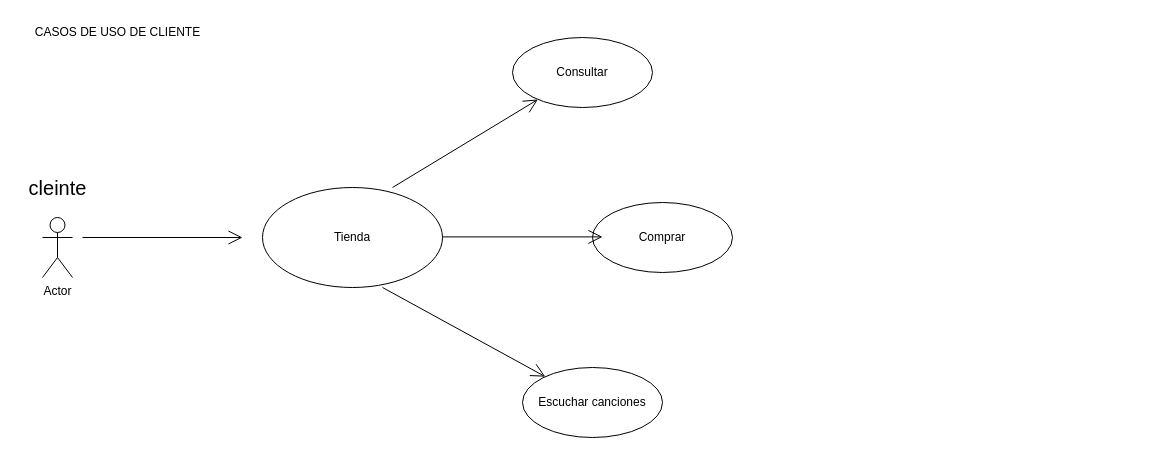
Earlier version of the draw.io diagram Documentacion/Caso de uso Cliente.drawio (laura4castelo/ProyectoFinCursoGabriela). Source tidied: cells renumbered, new cells numbered last; positions are measured from the earlier drawing's top-left corner, leaving out a move shared by most shapes. Both pictures are drawn from the tidied source at 100%, with x=0, y=0 at pixel (17, 17).
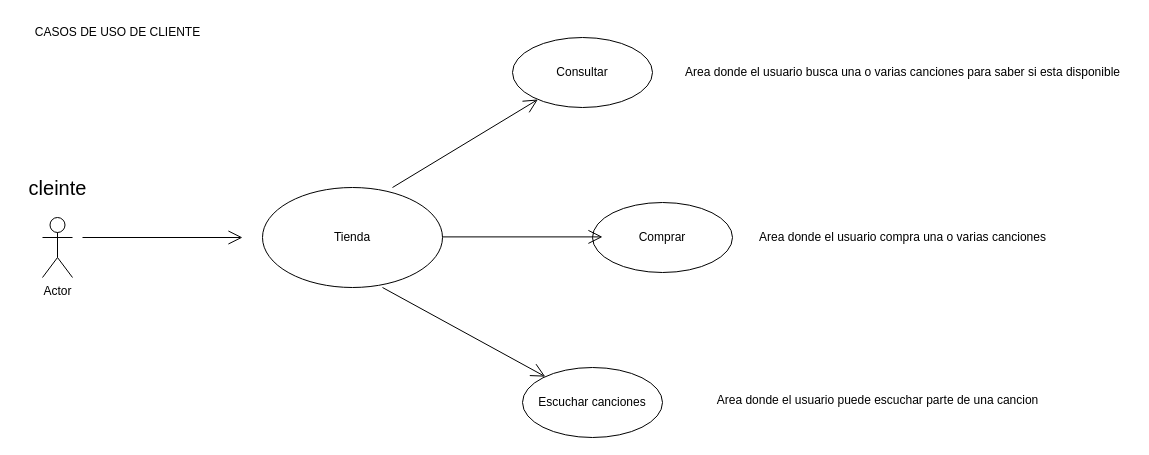
The same page after the edit.

The edit, as a diff of the source:
```diff
@@
 <mxGraphModel>
   <root>
     <mxCell id="0" />
     <mxCell id="1" parent="0" />
     <mxCell id="2" value="Actor" style="shape=umlActor;verticalLabelPosition=bottom;verticalAlign=top;html=1;" parent="1" vertex="1">
       <mxGeometry x="25" y="200" width="30" height="60" as="geometry" />
     </mxCell>
     <mxCell id="3" value="&lt;div&gt;Tienda&lt;/div&gt;" style="ellipse;whiteSpace=wrap;html=1;" parent="1" vertex="1">
       <mxGeometry x="245" y="170" width="180" height="100" as="geometry" />
     </mxCell>
     <mxCell id="4" value="Consultar" style="ellipse;whiteSpace=wrap;html=1;" parent="1" vertex="1">
       <mxGeometry x="495" y="20" width="140" height="70" as="geometry" />
     </mxCell>
     <mxCell id="5" value="&lt;div&gt;Comprar&lt;/div&gt;" style="ellipse;whiteSpace=wrap;html=1;" parent="1" vertex="1">
       <mxGeometry x="575" y="185" width="140" height="70" as="geometry" />
     </mxCell>
     <mxCell id="6" value="Escuchar canciones" style="ellipse;whiteSpace=wrap;html=1;" parent="1" vertex="1">
       <mxGeometry x="505" y="350" width="140" height="70" as="geometry" />
     </mxCell>
     <mxCell id="7" style="endArrow=open;endFill=1;endSize=12;html=1;rounded=0;" parent="1" edge="1">
       <mxGeometry relative="1" as="geometry">
         <mxPoint x="65" y="220" as="sourcePoint" />
         <mxPoint x="225" y="220" as="targetPoint" />
       </mxGeometry>
     </mxCell>
     <mxCell id="8" style="endArrow=open;endFill=1;endSize=12;html=1;rounded=0;" parent="1" edge="1" target="4">
       <mxGeometry relative="1" as="geometry">
         <mxPoint x="375" y="170" as="sourcePoint" />
       </mxGeometry>
     </mxCell>
     <mxCell id="9" style="endArrow=open;endFill=1;endSize=12;html=1;rounded=0;" parent="1" edge="1">
       <mxGeometry relative="1" as="geometry">
         <mxPoint x="425" y="219.4" as="sourcePoint" />
         <mxPoint x="585" y="219.4" as="targetPoint" />
       </mxGeometry>
     </mxCell>
     <mxCell id="10" style="endArrow=open;endFill=1;endSize=12;html=1;rounded=0;" parent="1" edge="1" target="6">
       <mxGeometry relative="1" as="geometry">
         <mxPoint x="365" y="270" as="sourcePoint" />
       </mxGeometry>
     </mxCell>
     <mxCell id="11" value="&lt;font style=&quot;font-size: 20px;&quot;&gt;cleinte&lt;/font&gt;" style="text;html=1;align=center;verticalAlign=middle;strokeColor=none;fillColor=none;" parent="1" vertex="1">
       <mxGeometry y="150" width="80" height="40" as="geometry" />
     </mxCell>
     <mxCell id="12" value="CASOS DE USO DE CLIENTE" style="text;html=1;align=center;verticalAlign=middle;strokeColor=none;fillColor=none;" parent="1" vertex="1">
       <mxGeometry x="10" width="180" height="30" as="geometry" />
     </mxCell>
+    <mxCell id="13" value="Area donde el usuario busca una o varias canciones para saber si esta disponible" style="text;html=1;align=center;verticalAlign=middle;strokeColor=none;fillColor=none;" parent="1" vertex="1">
+      <mxGeometry x="655" y="40" width="460" height="30" as="geometry" />
+    </mxCell>
+    <mxCell id="14" value="Area donde el usuario compra una o varias canciones" style="text;html=1;align=center;verticalAlign=middle;strokeColor=none;fillColor=none;" parent="1" vertex="1">
+      <mxGeometry x="730" y="205" width="310" height="30" as="geometry" />
+    </mxCell>
+    <mxCell id="15" value="&lt;div&gt;Area donde el usuario puede escuchar parte de una cancion&lt;/div&gt;&lt;div&gt;&lt;br&gt;&lt;/div&gt;" style="text;html=1;align=center;verticalAlign=middle;strokeColor=none;fillColor=none;" parent="1" vertex="1">
+      <mxGeometry x="690" y="370" width="340" height="40" as="geometry" />
+    </mxCell>
   </root>
 </mxGraphModel>
```
